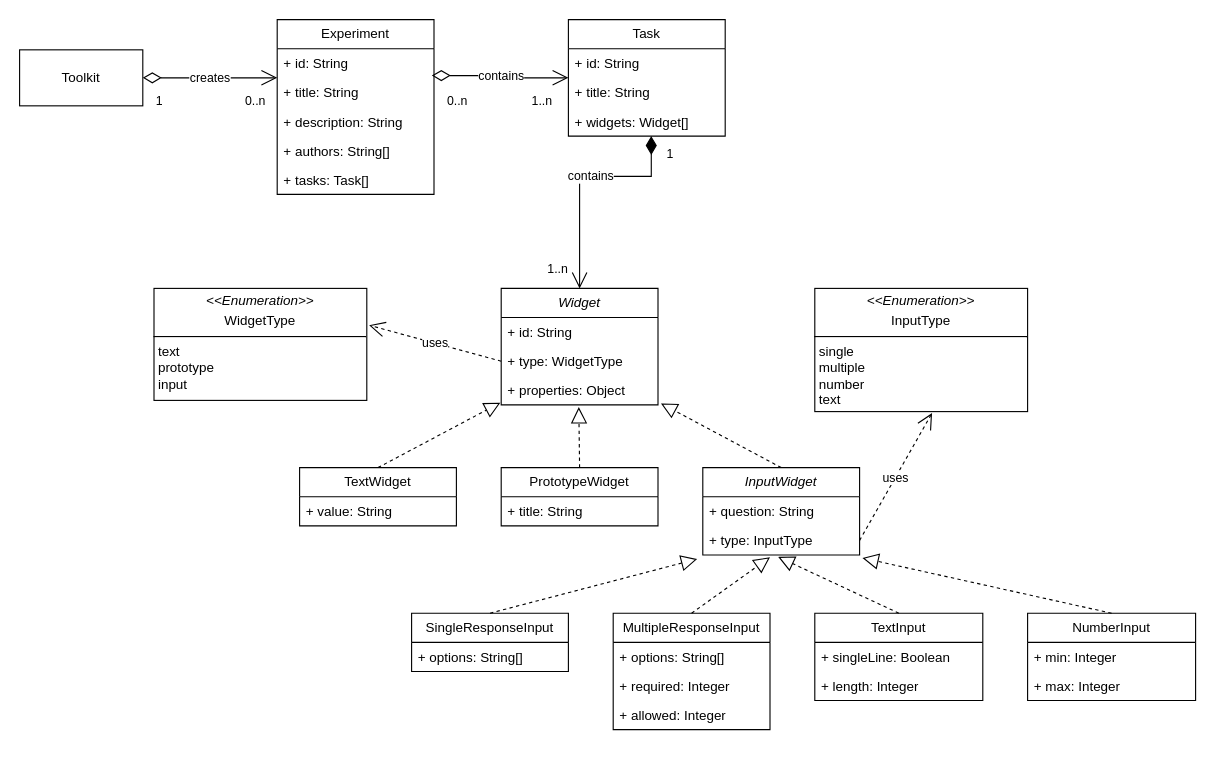
Earlier version of the draw.io diagram resources/Model.drawio (aurioldegbelo/map-experiment-creation-toolkit). Source tidied: cells renumbered, new cells numbered last; positions are measured from the earlier drawing's top-left corner, leaving out a move shared by most shapes. Both pictures are drawn from the tidied source at 112%, with x=0, y=0 at pixel (19, 19).
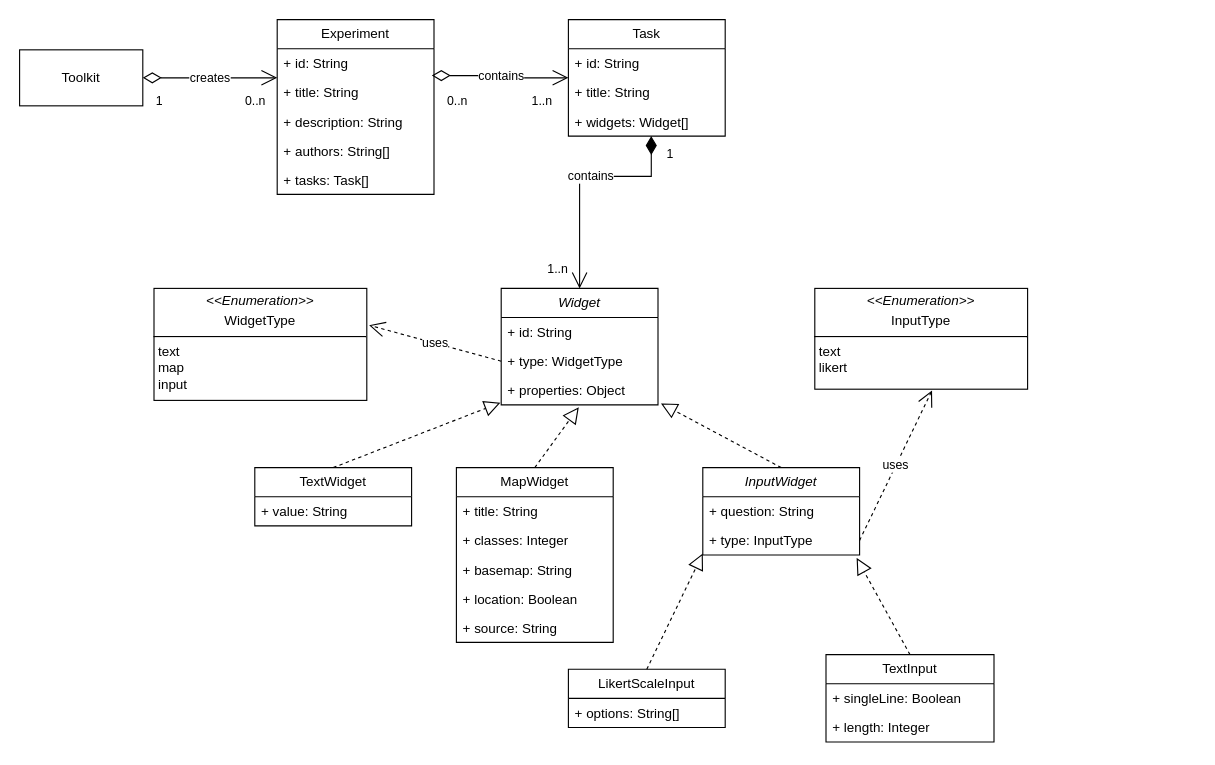
The same page after the edit.

Unchanged cells that the change refers to:
```xml
<mxCell id="36" value="+ type: InputType" style="text;strokeColor=none;fillColor=none;align=left;verticalAlign=top;spacingLeft=4;spacingRight=4;overflow=hidden;points=[[0,0.5],[1,0.5]];portConstraint=eastwest;whiteSpace=wrap;html=1;" parent="34" vertex="1">
  <mxGeometry y="52" width="140" height="26" as="geometry" />
</mxCell>
```

Change to the diagram source:
```diff
@@
-    <mxCell id="26" value="&lt;p style=&quot;margin:0px;margin-top:4px;text-align:center;&quot;&gt;&lt;i&gt;&amp;lt;&amp;lt;Enumeration&amp;gt;&amp;gt;&lt;/i&gt;&lt;br&gt;&lt;/p&gt;&lt;p style=&quot;margin:0px;margin-top:4px;text-align:center;&quot;&gt;WidgetType&lt;/p&gt;&lt;hr size=&quot;1&quot; style=&quot;border-style:solid;&quot;&gt;&lt;p style=&quot;margin:0px;margin-left:4px;&quot;&gt;text&lt;/p&gt;&lt;p style=&quot;margin:0px;margin-left:4px;&quot;&gt;prototype&lt;/p&gt;&lt;p style=&quot;margin:0px;margin-left:4px;&quot;&gt;input&lt;/p&gt;&lt;p style=&quot;margin:0px;margin-left:4px;&quot;&gt;&lt;br&gt;&lt;/p&gt;" style="verticalAlign=top;align=left;overflow=fill;html=1;whiteSpace=wrap;" parent="1" vertex="1">
+    <mxCell id="26" value="&lt;p style=&quot;margin:0px;margin-top:4px;text-align:center;&quot;&gt;&lt;i&gt;&amp;lt;&amp;lt;Enumeration&amp;gt;&amp;gt;&lt;/i&gt;&lt;br&gt;&lt;/p&gt;&lt;p style=&quot;margin:0px;margin-top:4px;text-align:center;&quot;&gt;WidgetType&lt;/p&gt;&lt;hr size=&quot;1&quot; style=&quot;border-style:solid;&quot;&gt;&lt;p style=&quot;margin:0px;margin-left:4px;&quot;&gt;text&lt;/p&gt;&lt;p style=&quot;margin:0px;margin-left:4px;&quot;&gt;map&lt;/p&gt;&lt;p style=&quot;margin:0px;margin-left:4px;&quot;&gt;input&lt;/p&gt;&lt;p style=&quot;margin:0px;margin-left:4px;&quot;&gt;&lt;br&gt;&lt;/p&gt;" style="verticalAlign=top;align=left;overflow=fill;html=1;whiteSpace=wrap;" parent="1" vertex="1">
       <mxGeometry x="120" y="240" width="190" height="100" as="geometry" />
     </mxCell>
@@
-    <mxCell id="28" value="&lt;p style=&quot;margin:0px;margin-top:4px;text-align:center;&quot;&gt;&lt;i&gt;&amp;lt;&amp;lt;Enumeration&amp;gt;&amp;gt;&lt;/i&gt;&lt;br&gt;&lt;/p&gt;&lt;p style=&quot;margin:0px;margin-top:4px;text-align:center;&quot;&gt;InputType&lt;/p&gt;&lt;hr size=&quot;1&quot; style=&quot;border-style:solid;&quot;&gt;&lt;p style=&quot;margin:0px;margin-left:4px;&quot;&gt;single&lt;/p&gt;&lt;p style=&quot;margin:0px;margin-left:4px;&quot;&gt;multiple&lt;/p&gt;&lt;p style=&quot;margin:0px;margin-left:4px;&quot;&gt;number&lt;/p&gt;&lt;p style=&quot;margin:0px;margin-left:4px;&quot;&gt;text&lt;/p&gt;&lt;p style=&quot;margin:0px;margin-left:4px;&quot;&gt;&lt;br&gt;&lt;/p&gt;" style="verticalAlign=top;align=left;overflow=fill;html=1;whiteSpace=wrap;" parent="1" vertex="1">
-      <mxGeometry x="710" y="240" width="190" height="110" as="geometry" />
+    <mxCell id="28" value="&lt;p style=&quot;margin:0px;margin-top:4px;text-align:center;&quot;&gt;&lt;i&gt;&amp;lt;&amp;lt;Enumeration&amp;gt;&amp;gt;&lt;/i&gt;&lt;br&gt;&lt;/p&gt;&lt;p style=&quot;margin:0px;margin-top:4px;text-align:center;&quot;&gt;InputType&lt;/p&gt;&lt;hr size=&quot;1&quot; style=&quot;border-style:solid;&quot;&gt;&lt;p style=&quot;margin:0px;margin-left:4px;&quot;&gt;text&lt;/p&gt;&lt;p style=&quot;margin:0px;margin-left:4px;&quot;&gt;likert&lt;/p&gt;&lt;p style=&quot;margin:0px;margin-left:4px;&quot;&gt;&lt;br&gt;&lt;/p&gt;" style="verticalAlign=top;align=left;overflow=fill;html=1;whiteSpace=wrap;" parent="1" vertex="1">
+      <mxGeometry x="710" y="240" width="190" height="90" as="geometry" />
     </mxCell>
@@
     <mxCell id="30" value="TextWidget" style="swimlane;fontStyle=0;horizontal=1;startSize=26;fillColor=none;whiteSpace=wrap;html=1;" parent="1" vertex="1">
-      <mxGeometry x="250" y="400" width="140" height="52" as="geometry" />
+      <mxGeometry x="210" y="400" width="140" height="52" as="geometry" />
     </mxCell>
@@
-    <mxCell id="32" value="PrototypeWidget" style="swimlane;fontStyle=0;horizontal=1;startSize=26;fillColor=none;whiteSpace=wrap;html=1;" parent="1" vertex="1">
-      <mxGeometry x="430" y="400" width="140" height="52" as="geometry" />
+    <mxCell id="32" value="MapWidget" style="swimlane;fontStyle=0;horizontal=1;startSize=26;fillColor=none;whiteSpace=wrap;html=1;" parent="1" vertex="1">
+      <mxGeometry x="390" y="400" width="140" height="156" as="geometry" />
     </mxCell>
@@
+    <mxCell id="56" value="+ classes: Integer" style="text;strokeColor=none;fillColor=none;align=left;verticalAlign=top;spacingLeft=4;spacingRight=4;overflow=hidden;whiteSpace=wrap;html=1;" parent="32" vertex="1">
+      <mxGeometry y="52" width="140" height="26" as="geometry" />
+    </mxCell>
+    <mxCell id="57" value="+ basemap: String" style="text;strokeColor=none;fillColor=none;align=left;verticalAlign=top;spacingLeft=4;spacingRight=4;overflow=hidden;whiteSpace=wrap;html=1;" parent="32" vertex="1">
+      <mxGeometry y="78" width="140" height="26" as="geometry" />
+    </mxCell>
+    <mxCell id="58" value="+ location: Boolean" style="text;strokeColor=none;fillColor=none;align=left;verticalAlign=top;spacingLeft=4;spacingRight=4;overflow=hidden;whiteSpace=wrap;html=1;" parent="32" vertex="1">
+      <mxGeometry y="104" width="140" height="26" as="geometry" />
+    </mxCell>
+    <mxCell id="59" value="+ source: String" style="text;strokeColor=none;fillColor=none;align=left;verticalAlign=top;spacingLeft=4;spacingRight=4;overflow=hidden;whiteSpace=wrap;html=1;" parent="32" vertex="1">
+      <mxGeometry y="130" width="140" height="26" as="geometry" />
+    </mxCell>
@@
-    <mxCell id="40" value="SingleResponseInput" style="swimlane;fontStyle=0;horizontal=1;startSize=26;fillColor=none;whiteSpace=wrap;html=1;" parent="1" vertex="1">
-      <mxGeometry x="350" y="530" width="140" height="52" as="geometry" />
+    <mxCell id="40" value="LikertScaleInput" style="swimlane;fontStyle=0;horizontal=1;startSize=26;fillColor=none;whiteSpace=wrap;html=1;" parent="1" vertex="1">
+      <mxGeometry x="490" y="580" width="140" height="52" as="geometry" />
     </mxCell>
@@
-    <mxCell id="42" style="endArrow=block;dashed=1;endFill=0;endSize=12;html=1;rounded=0;exitX=0.5;exitY=0;exitDx=0;exitDy=0;entryX=-0.036;entryY=1.139;entryDx=0;entryDy=0;entryPerimeter=0;" parent="1" edge="1" source="40" target="36">
+    <mxCell id="42" style="endArrow=block;dashed=1;endFill=0;endSize=12;html=1;rounded=0;exitX=0.5;exitY=0;exitDx=0;exitDy=0;entryX=0;entryY=0.949;entryDx=0;entryDy=0;entryPerimeter=0;" parent="1" edge="1" source="40" target="36">
       <mxGeometry relative="1" as="geometry" />
     </mxCell>
-    <mxCell id="43" value="MultipleResponseInput" style="swimlane;fontStyle=0;horizontal=1;startSize=26;fillColor=none;whiteSpace=wrap;html=1;" parent="1" vertex="1">
-      <mxGeometry x="530" y="530" width="140" height="104" as="geometry" />
-    </mxCell>
-    <mxCell id="44" value="+ options: String[]" style="text;strokeColor=none;fillColor=none;align=left;verticalAlign=top;spacingLeft=4;spacingRight=4;overflow=hidden;whiteSpace=wrap;html=1;" parent="43" vertex="1">
-      <mxGeometry y="26" width="140" height="26" as="geometry" />
-    </mxCell>
-    <mxCell id="45" value="+ required: Integer&amp;nbsp;" style="text;strokeColor=none;fillColor=none;align=left;verticalAlign=top;spacingLeft=4;spacingRight=4;overflow=hidden;whiteSpace=wrap;html=1;" parent="43" vertex="1">
-      <mxGeometry y="52" width="140" height="26" as="geometry" />
-    </mxCell>
-    <mxCell id="46" value="+ allowed: Integer" style="text;strokeColor=none;fillColor=none;align=left;verticalAlign=top;spacingLeft=4;spacingRight=4;overflow=hidden;whiteSpace=wrap;html=1;" parent="43" vertex="1">
-      <mxGeometry y="78" width="140" height="26" as="geometry" />
-    </mxCell>
-    <mxCell id="47" style="endArrow=block;dashed=1;endFill=0;endSize=12;html=1;rounded=0;exitX=0.5;exitY=0;exitDx=0;exitDy=0;" parent="1" edge="1" source="43">
-      <mxGeometry relative="1" as="geometry">
-        <mxPoint x="670" y="480" as="targetPoint" />
-      </mxGeometry>
-    </mxCell>
     <mxCell id="48" value="TextInput" style="swimlane;fontStyle=0;horizontal=1;startSize=26;fillColor=none;whiteSpace=wrap;html=1;" parent="1" vertex="1">
-      <mxGeometry x="710" y="530" width="150" height="78" as="geometry" />
+      <mxGeometry x="720" y="567" width="150" height="78" as="geometry" />
     </mxCell>
@@
-    <mxCell id="51" style="endArrow=block;dashed=1;endFill=0;endSize=12;html=1;rounded=0;exitX=0.5;exitY=0;exitDx=0;exitDy=0;entryX=0.481;entryY=1.066;entryDx=0;entryDy=0;entryPerimeter=0;" parent="1" edge="1" source="48" target="36">
+    <mxCell id="51" style="endArrow=block;dashed=1;endFill=0;endSize=12;html=1;rounded=0;exitX=0.5;exitY=0;exitDx=0;exitDy=0;entryX=0.981;entryY=1.103;entryDx=0;entryDy=0;entryPerimeter=0;" parent="1" edge="1" source="48" target="36">
       <mxGeometry relative="1" as="geometry" />
     </mxCell>
-    <mxCell id="52" value="NumberInput" style="swimlane;fontStyle=0;horizontal=1;startSize=26;fillColor=none;whiteSpace=wrap;html=1;" parent="1" vertex="1">
-      <mxGeometry x="900" y="530" width="150" height="78" as="geometry" />
-    </mxCell>
-    <mxCell id="53" value="+ min: Integer&lt;div&gt;&lt;br&gt;&lt;/div&gt;" style="text;strokeColor=none;fillColor=none;align=left;verticalAlign=top;spacingLeft=4;spacingRight=4;overflow=hidden;whiteSpace=wrap;html=1;" parent="52" vertex="1">
-      <mxGeometry y="26" width="150" height="26" as="geometry" />
-    </mxCell>
-    <mxCell id="54" value="+ max: Integer&lt;div&gt;&lt;br&gt;&lt;/div&gt;" style="text;strokeColor=none;fillColor=none;align=left;verticalAlign=top;spacingLeft=4;spacingRight=4;overflow=hidden;whiteSpace=wrap;html=1;" parent="52" vertex="1">
-      <mxGeometry y="52" width="150" height="26" as="geometry" />
-    </mxCell>
-    <mxCell id="55" style="endArrow=block;dashed=1;endFill=0;endSize=12;html=1;rounded=0;entryX=1.018;entryY=1.103;entryDx=0;entryDy=0;entryPerimeter=0;exitX=0.5;exitY=0;exitDx=0;exitDy=0;" parent="1" edge="1" source="52" target="36">
-      <mxGeometry relative="1" as="geometry" />
-    </mxCell>
```
